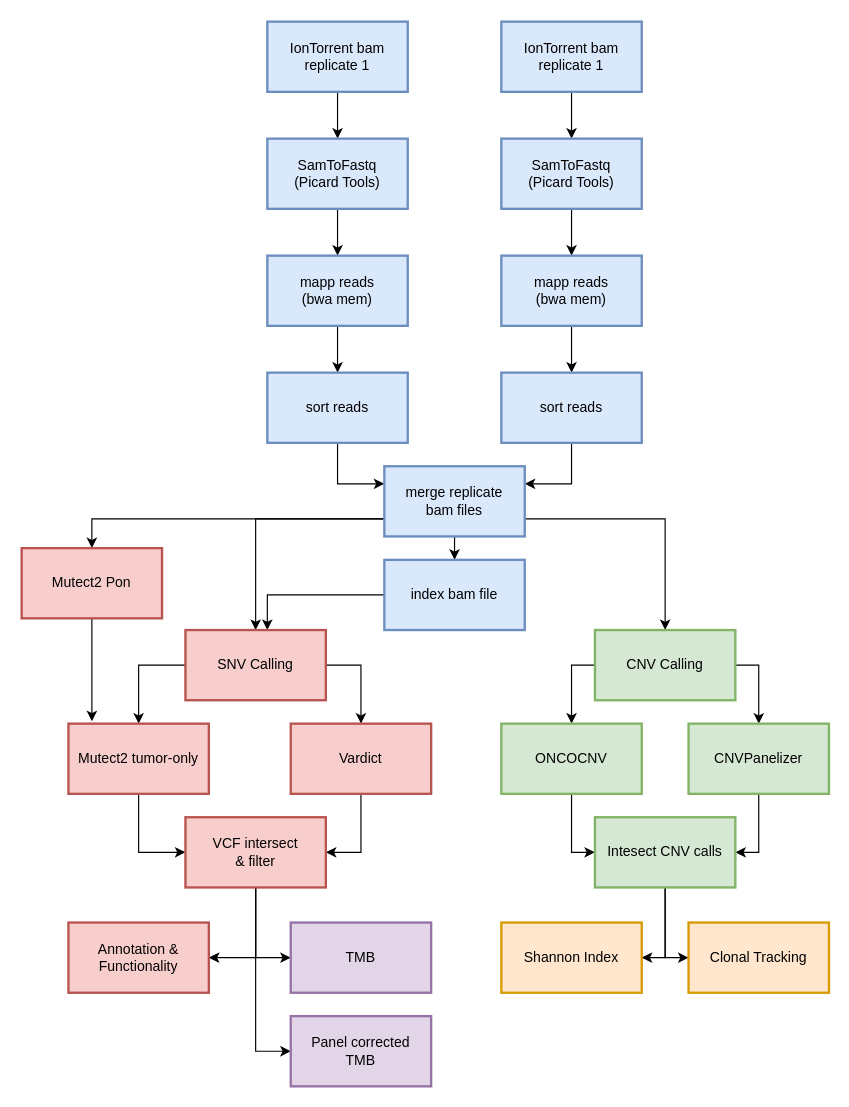
This is Untitled Diagram.drawio from IPorth/TMLflow, a draw.io file, before an edit. Source tidied: cells renumbered, new cells numbered last; positions are measured from the earlier drawing's top-left corner, leaving out a move shared by most shapes. Both pictures are drawn from the tidied source at 117%, with x=0, y=0 at pixel (21, 21).
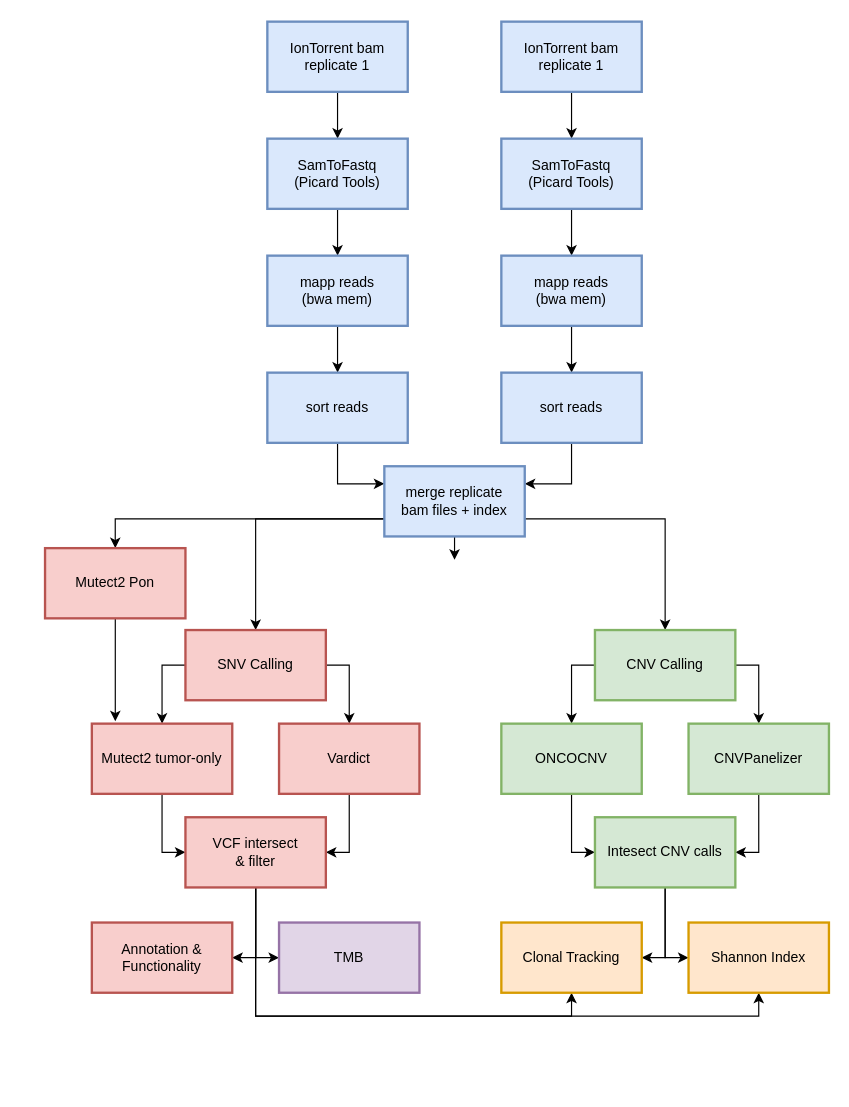
The same page after the edit.

The change refers to these unchanged cells:
```xml
<mxCell id="27" value="SNV Calling" style="rounded=0;whiteSpace=wrap;html=1;fillColor=#f8cecc;strokeColor=#b85450;strokeWidth=2;" parent="1" vertex="1">
  <mxGeometry x="140" y="520" width="120" height="60" as="geometry" />
</mxCell>
<mxCell id="35" value="&lt;div&gt;VCF intersect&lt;/div&gt;&lt;div&gt;&amp;amp; filter&lt;br&gt;&lt;/div&gt;" style="rounded=0;whiteSpace=wrap;html=1;fillColor=#f8cecc;strokeColor=#b85450;strokeWidth=2;" parent="1" vertex="1">
  <mxGeometry x="140" y="680" width="120" height="60" as="geometry" />
</mxCell>
<mxCell id="45" value="Intesect CNV calls" style="rounded=0;whiteSpace=wrap;html=1;fillColor=#d5e8d4;strokeColor=#82b366;strokeWidth=2;" parent="1" vertex="1">
  <mxGeometry x="490" y="680" width="120" height="60" as="geometry" />
</mxCell>
```

What changed in the source:
```diff
@@
-    <mxCell id="18" style="edgeStyle=orthogonalEdgeStyle;rounded=0;jettySize=auto;html=1;" parent="1" edge="1" source="22" target="24">
-      <mxGeometry relative="1" as="geometry" />
+    <mxCell id="18" style="edgeStyle=orthogonalEdgeStyle;rounded=0;jettySize=auto;html=1;" parent="1" edge="1" source="22">
+      <mxGeometry relative="1" as="geometry">
+        <mxPoint x="370" y="460" as="targetPoint" />
+      </mxGeometry>
     </mxCell>
@@
-    <mxCell id="22" value="&lt;div&gt;merge replicate &lt;br&gt;&lt;/div&gt;&lt;div&gt;bam files&lt;/div&gt;" style="rounded=0;whiteSpace=wrap;html=1;fillColor=#dae8fc;strokeColor=#6c8ebf;strokeWidth=2;" parent="1" vertex="1">
+    <mxCell id="22" value="&lt;div&gt;merge replicate &lt;br&gt;&lt;/div&gt;&lt;div&gt;bam files + index&lt;br&gt;&lt;/div&gt;" style="rounded=0;whiteSpace=wrap;html=1;fillColor=#dae8fc;strokeColor=#6c8ebf;strokeWidth=2;" parent="1" vertex="1">
       <mxGeometry x="310" y="380" width="120" height="60" as="geometry" />
     </mxCell>
-    <mxCell id="23" style="edgeStyle=orthogonalEdgeStyle;rounded=0;jettySize=auto;html=1;entryX=0.583;entryY=0;entryDx=0;entryDy=0;entryPerimeter=0;" parent="1" edge="1" source="24" target="27">
-      <mxGeometry relative="1" as="geometry" />
-    </mxCell>
-    <mxCell id="24" value="index bam file" style="rounded=0;whiteSpace=wrap;html=1;fillColor=#dae8fc;strokeColor=#6c8ebf;strokeWidth=2;" parent="1" vertex="1">
-      <mxGeometry x="310" y="460" width="120" height="60" as="geometry" />
-    </mxCell>
@@
     <mxCell id="29" value="Vardict" style="rounded=0;whiteSpace=wrap;html=1;fillColor=#f8cecc;strokeColor=#b85450;strokeWidth=2;" parent="1" vertex="1">
-      <mxGeometry x="230" y="600" width="120" height="60" as="geometry" />
+      <mxGeometry x="220" y="600" width="120" height="60" as="geometry" />
     </mxCell>
@@
     <mxCell id="31" value="Mutect2 tumor-only" style="rounded=0;whiteSpace=wrap;html=1;fillColor=#f8cecc;strokeColor=#b85450;strokeWidth=2;" parent="1" vertex="1">
-      <mxGeometry x="40" y="600" width="120" height="60" as="geometry" />
+      <mxGeometry x="60" y="600" width="120" height="60" as="geometry" />
     </mxCell>
@@
-    <mxCell id="34" style="edgeStyle=orthogonalEdgeStyle;rounded=0;jettySize=auto;html=1;entryX=0;entryY=0.5;entryDx=0;entryDy=0;" parent="1" edge="1" source="35" target="52">
-      <mxGeometry relative="1" as="geometry" />
-    </mxCell>
+    <mxCell id="53" style="edgeStyle=orthogonalEdgeStyle;rounded=0;jettySize=auto;html=1;exitX=0.5;exitY=1;exitDx=0;exitDy=0;entryX=0.5;entryY=1;entryDx=0;entryDy=0;" parent="1" edge="1" source="35" target="49">
+      <mxGeometry relative="1" as="geometry" />
+    </mxCell>
+    <mxCell id="54" style="edgeStyle=orthogonalEdgeStyle;rounded=0;jettySize=auto;html=1;exitX=0.5;exitY=1;exitDx=0;exitDy=0;entryX=0.5;entryY=1;entryDx=0;entryDy=0;" parent="1" edge="1" source="35" target="48">
+      <mxGeometry relative="1" as="geometry" />
+    </mxCell>
@@
-    <mxCell id="43" style="edgeStyle=orthogonalEdgeStyle;rounded=0;jettySize=auto;html=1;exitX=0.5;exitY=1;exitDx=0;exitDy=0;entryX=0;entryY=0.5;entryDx=0;entryDy=0;" parent="1" edge="1" source="45" target="49">
+    <mxCell id="43" style="edgeStyle=orthogonalEdgeStyle;rounded=0;jettySize=auto;html=1;exitX=0.5;exitY=1;exitDx=0;exitDy=0;entryX=1;entryY=0.5;entryDx=0;entryDy=0;" parent="1" edge="1" source="45" target="49">
       <mxGeometry relative="1" as="geometry" />
     </mxCell>
-    <mxCell id="44" style="edgeStyle=orthogonalEdgeStyle;rounded=0;jettySize=auto;html=1;entryX=1;entryY=0.5;entryDx=0;entryDy=0;" parent="1" edge="1" source="45" target="48">
+    <mxCell id="44" style="edgeStyle=orthogonalEdgeStyle;rounded=0;jettySize=auto;html=1;exitX=0.5;exitY=1;exitDx=0;exitDy=0;entryX=0;entryY=0.5;entryDx=0;entryDy=0;" parent="1" edge="1" source="45" target="48">
       <mxGeometry relative="1" as="geometry" />
     </mxCell>
@@
     <mxCell id="46" value="Annotation &amp;amp; Functionality" style="whiteSpace=wrap;html=1;rounded=0;fillColor=#f8cecc;strokeColor=#b85450;strokeWidth=2;" parent="1" vertex="1">
-      <mxGeometry x="40" y="770" width="120" height="60" as="geometry" />
+      <mxGeometry x="60" y="770" width="120" height="60" as="geometry" />
     </mxCell>
     <mxCell id="47" value="TMB" style="rounded=0;whiteSpace=wrap;html=1;fillColor=#e1d5e7;strokeColor=#9673a6;strokeWidth=2;" parent="1" vertex="1">
-      <mxGeometry x="230" y="770" width="120" height="60" as="geometry" />
+      <mxGeometry x="220" y="770" width="120" height="60" as="geometry" />
     </mxCell>
     <mxCell id="48" value="Shannon Index" style="rounded=0;whiteSpace=wrap;html=1;fillColor=#ffe6cc;strokeColor=#d79b00;strokeWidth=2;" parent="1" vertex="1">
-      <mxGeometry x="410" y="770" width="120" height="60" as="geometry" />
+      <mxGeometry x="570" y="770" width="120" height="60" as="geometry" />
     </mxCell>
     <mxCell id="49" value="Clonal Tracking" style="rounded=0;whiteSpace=wrap;html=1;fillColor=#ffe6cc;strokeColor=#d79b00;strokeWidth=2;" parent="1" vertex="1">
-      <mxGeometry x="570" y="770" width="120" height="60" as="geometry" />
+      <mxGeometry x="410" y="770" width="120" height="60" as="geometry" />
     </mxCell>
@@
     <mxCell id="51" value="Mutect2 Pon" style="rounded=0;whiteSpace=wrap;html=1;fillColor=#f8cecc;strokeColor=#b85450;strokeWidth=2;" parent="1" vertex="1">
-      <mxGeometry y="450" width="120" height="60" as="geometry" />
+      <mxGeometry x="20" y="450" width="120" height="60" as="geometry" />
     </mxCell>
-    <mxCell id="52" value="&lt;div&gt;Panel corrected &lt;br&gt;&lt;/div&gt;&lt;div&gt;TMB&lt;/div&gt;" style="rounded=0;whiteSpace=wrap;html=1;fillColor=#e1d5e7;strokeColor=#9673a6;strokeWidth=2;" parent="1" vertex="1">
-      <mxGeometry x="230" y="850" width="120" height="60" as="geometry" />
-    </mxCell>
```
